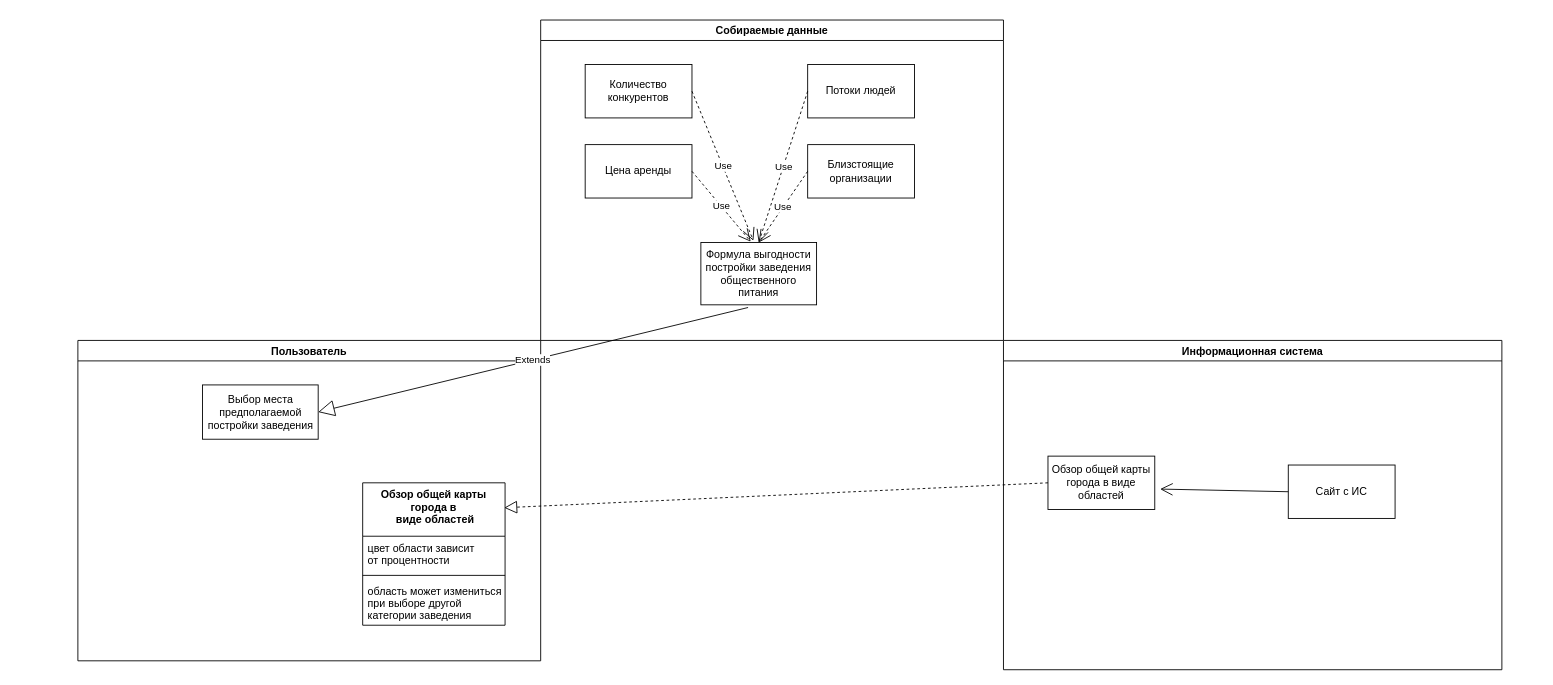
Above: Модель предметной области.drawio in elmirhismatov/Diplom (draw.io), before the change. Source tidied: cells renumbered, new cells numbered last; positions are measured from the earlier drawing's top-left corner, leaving out a move shared by most shapes. Both pictures are drawn from the tidied source at 89%, with x=0, y=0 at pixel (77, 20).
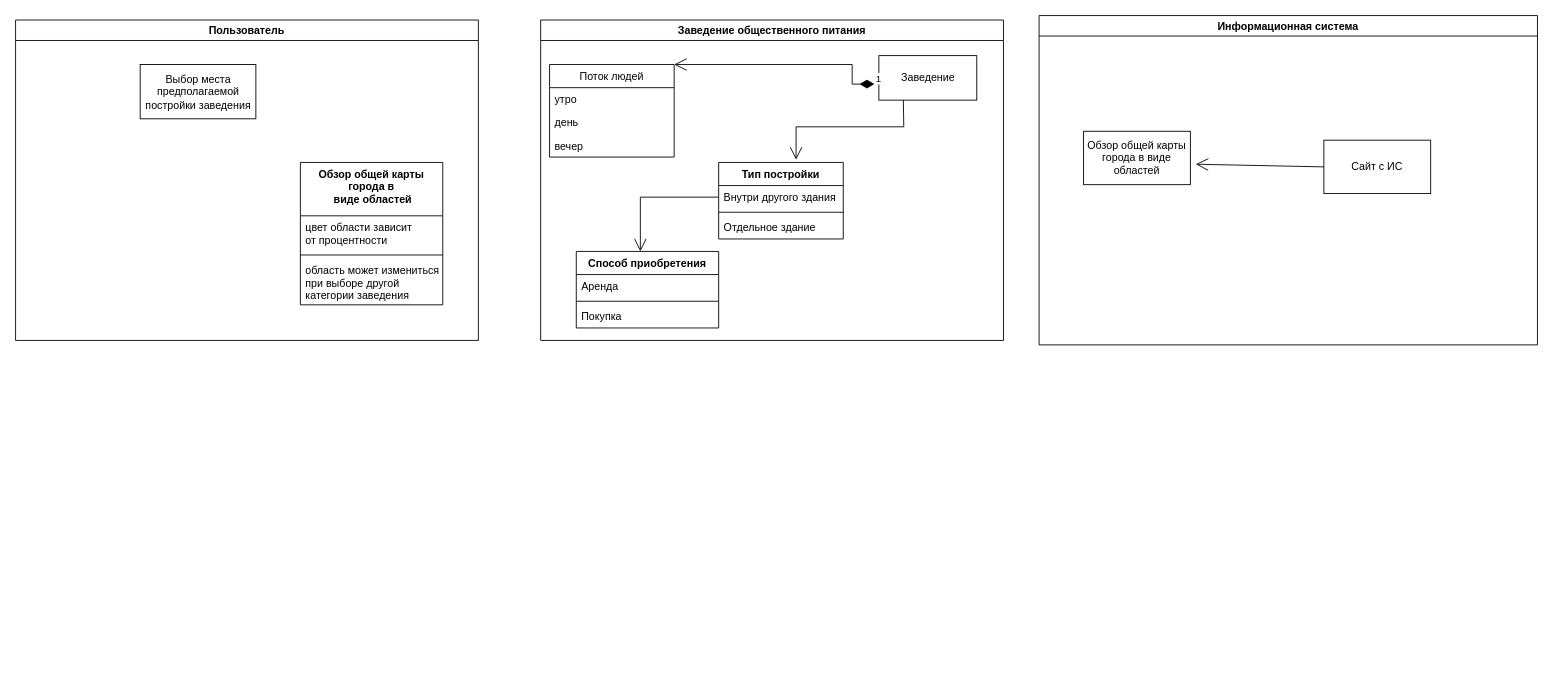
The same page after the edit.

Unchanged cells that the change refers to:
```xml
<mxCell id="3" value="Обзор общей карты &#10;города в&#10; виде областей" style="swimlane;fontStyle=1;align=center;verticalAlign=top;horizontal=1;startSize=60;" parent="2" vertex="1">
  <mxGeometry x="320" y="160" width="160" height="160" as="geometry" />
</mxCell>
<mxCell id="7" value="Выбор места &lt;br&gt;предполагаемой&lt;br&gt;постройки заведения" style="html=1;" parent="2" vertex="1">
  <mxGeometry x="140" y="50" width="130" height="61" as="geometry" />
</mxCell>
<mxCell id="20" value="Обзор общей карты города в виде областей" style="rounded=0;whiteSpace=wrap;html=1;fillColor=#FFFFFF;" parent="18" vertex="1">
  <mxGeometry x="50" y="130" width="120" height="60" as="geometry" />
</mxCell>
```

Change to the diagram source:
```diff
@@
     <mxCell id="2" value="Пользователь" style="swimlane;fillColor=#FFFFFF;startSize=23;" parent="1" vertex="1">
-      <mxGeometry y="360" width="520" height="360" as="geometry" />
+      <mxGeometry x="-70" width="520" height="360" as="geometry" />
     </mxCell>
@@
-    <mxCell id="8" value="Собираемые данные" style="swimlane;fillColor=#FFFFFF;" parent="1" vertex="1">
+    <mxCell id="8" value="Заведение общественного питания" style="swimlane;fillColor=#FFFFFF;" parent="1" vertex="1">
       <mxGeometry x="520" width="520" height="360" as="geometry" />
     </mxCell>
-    <mxCell id="9" value="Количество конкурентов" style="rounded=0;whiteSpace=wrap;html=1;" parent="8" vertex="1">
-      <mxGeometry x="50" y="50" width="120" height="60" as="geometry" />
-    </mxCell>
-    <mxCell id="10" value="Потоки людей" style="rounded=0;whiteSpace=wrap;html=1;" parent="8" vertex="1">
-      <mxGeometry x="300" y="50" width="120" height="60" as="geometry" />
-    </mxCell>
-    <mxCell id="11" value="Цена аренды" style="rounded=0;whiteSpace=wrap;html=1;" parent="8" vertex="1">
-      <mxGeometry x="50" y="140" width="120" height="60" as="geometry" />
-    </mxCell>
-    <mxCell id="12" value="Близстоящие организации" style="rounded=0;whiteSpace=wrap;html=1;" parent="8" vertex="1">
-      <mxGeometry x="300" y="140" width="120" height="60" as="geometry" />
-    </mxCell>
-    <mxCell id="13" value="Формула выгодности постройки заведения общественного питания" style="rounded=0;whiteSpace=wrap;html=1;" parent="8" vertex="1">
-      <mxGeometry x="180" y="250" width="130" height="70" as="geometry" />
-    </mxCell>
-    <mxCell id="14" value="Use" style="endArrow=open;endSize=12;dashed=1;html=1;rounded=0;exitX=1;exitY=0.5;exitDx=0;exitDy=0;entryX=0.431;entryY=-0.014;entryDx=0;entryDy=0;entryPerimeter=0;" parent="8" edge="1" source="11" target="13">
-      <mxGeometry relative="1" as="geometry" />
-    </mxCell>
-    <mxCell id="15" value="Use" style="endArrow=open;endSize=12;dashed=1;html=1;rounded=0;exitX=0;exitY=0.5;exitDx=0;exitDy=0;entryX=0.5;entryY=0;entryDx=0;entryDy=0;" parent="8" edge="1" source="12" target="13">
-      <mxGeometry relative="1" as="geometry" />
-    </mxCell>
-    <mxCell id="16" value="Use" style="endArrow=open;endSize=12;dashed=1;html=1;rounded=0;exitX=1;exitY=0.5;exitDx=0;exitDy=0;entryX=0.454;entryY=-0.029;entryDx=0;entryDy=0;entryPerimeter=0;" parent="8" edge="1" source="9" target="13">
-      <mxGeometry relative="1" as="geometry" />
-    </mxCell>
-    <mxCell id="17" value="Use" style="endArrow=open;endSize=12;dashed=1;html=1;rounded=0;exitX=0;exitY=0.5;exitDx=0;exitDy=0;entryX=0.5;entryY=0;entryDx=0;entryDy=0;" parent="8" edge="1" source="10" target="13">
-      <mxGeometry relative="1" as="geometry" />
-    </mxCell>
+    <mxCell id="24" value="Заведение" style="html=1;" parent="8" vertex="1">
+      <mxGeometry x="380" y="40" width="110" height="50" as="geometry" />
+    </mxCell>
+    <mxCell id="25" value="Поток людей" style="swimlane;fontStyle=0;horizontal=1;startSize=26;fillColor=none;" parent="8" vertex="1">
+      <mxGeometry x="10" y="50" width="140" height="104" as="geometry" />
+    </mxCell>
+    <mxCell id="26" value="утро    " style="text;strokeColor=none;fillColor=none;align=left;verticalAlign=top;spacingLeft=4;spacingRight=4;overflow=hidden;" parent="25" vertex="1">
+      <mxGeometry y="26" width="140" height="26" as="geometry" />
+    </mxCell>
+    <mxCell id="27" value="день" style="text;strokeColor=none;fillColor=none;align=left;verticalAlign=top;spacingLeft=4;spacingRight=4;overflow=hidden;" parent="25" vertex="1">
+      <mxGeometry y="52" width="140" height="26" as="geometry" />
+    </mxCell>
+    <mxCell id="28" value="вечер" style="text;strokeColor=none;fillColor=none;align=left;verticalAlign=top;spacingLeft=4;spacingRight=4;overflow=hidden;" parent="25" vertex="1">
+      <mxGeometry y="78" width="140" height="26" as="geometry" />
+    </mxCell>
+    <mxCell id="29" value="Тип постройки" style="swimlane;fontStyle=1;align=center;verticalAlign=top;horizontal=1;startSize=26;" parent="8" vertex="1">
+      <mxGeometry x="200" y="160" width="140" height="86" as="geometry" />
+    </mxCell>
+    <mxCell id="30" value="Внутри другого здания" style="text;strokeColor=none;fillColor=none;align=left;verticalAlign=top;spacingLeft=4;spacingRight=4;overflow=hidden;points=[[0,0.5],[1,0.5]];portConstraint=eastwest;" parent="29" vertex="1">
+      <mxGeometry y="26" width="140" height="26" as="geometry" />
+    </mxCell>
+    <mxCell id="31" style="line;strokeWidth=1;fillColor=none;align=left;verticalAlign=middle;spacingTop=-1;spacingLeft=3;spacingRight=3;labelPosition=right;strokeColor=inherit;" parent="29" vertex="1">
+      <mxGeometry y="52" width="140" height="8" as="geometry" />
+    </mxCell>
+    <mxCell id="32" value="Отдельное здание" style="text;strokeColor=none;fillColor=none;align=left;verticalAlign=top;spacingLeft=4;spacingRight=4;overflow=hidden;" parent="29" vertex="1">
+      <mxGeometry y="60" width="140" height="26" as="geometry" />
+    </mxCell>
+    <mxCell id="33" value="Способ приобретения" style="swimlane;fontStyle=1;align=center;verticalAlign=top;horizontal=1;startSize=26;" parent="8" vertex="1">
+      <mxGeometry x="40" y="260" width="160" height="86" as="geometry" />
+    </mxCell>
+    <mxCell id="34" value="Аренда" style="text;strokeColor=none;fillColor=none;align=left;verticalAlign=top;spacingLeft=4;spacingRight=4;overflow=hidden;" parent="33" vertex="1">
+      <mxGeometry y="26" width="160" height="26" as="geometry" />
+    </mxCell>
+    <mxCell id="35" style="line;strokeWidth=1;fillColor=none;align=left;verticalAlign=middle;spacingTop=-1;spacingLeft=3;spacingRight=3;labelPosition=right;strokeColor=inherit;" parent="33" vertex="1">
+      <mxGeometry y="52" width="160" height="8" as="geometry" />
+    </mxCell>
+    <mxCell id="36" value="Покупка" style="text;strokeColor=none;fillColor=none;align=left;verticalAlign=top;spacingLeft=4;spacingRight=4;overflow=hidden;" parent="33" vertex="1">
+      <mxGeometry y="60" width="160" height="26" as="geometry" />
+    </mxCell>
+    <mxCell id="37" style="endArrow=open;endFill=1;endSize=12;html=1;rounded=0;exitX=0;exitY=0.5;exitDx=0;exitDy=0;entryX=0.45;entryY=0;entryDx=0;entryDy=0;entryPerimeter=0;" parent="8" edge="1" source="30" target="33">
+      <mxGeometry relative="1" as="geometry">
+        <Array as="points">
+          <mxPoint x="112" y="199" />
+        </Array>
+      </mxGeometry>
+    </mxCell>
+    <mxCell id="38" value="1" style="endArrow=open;html=1;endSize=12;startArrow=diamondThin;startSize=14;startFill=1;edgeStyle=orthogonalEdgeStyle;align=left;verticalAlign=bottom;rounded=0;exitX=-0.045;exitY=0.64;exitDx=0;exitDy=0;exitPerimeter=0;entryX=1;entryY=0;entryDx=0;entryDy=0;" parent="8" edge="1" source="24" target="25">
+      <mxGeometry x="-1" y="3" relative="1" as="geometry">
+        <Array as="points">
+          <mxPoint x="350" y="72" />
+          <mxPoint x="350" y="50" />
+          <mxPoint x="170" y="50" />
+        </Array>
+      </mxGeometry>
+    </mxCell>
+    <mxCell id="39" style="endArrow=open;endFill=1;endSize=12;html=1;rounded=0;exitX=0.25;exitY=1;exitDx=0;exitDy=0;entryX=0.621;entryY=-0.035;entryDx=0;entryDy=0;entryPerimeter=0;" parent="8" edge="1" source="24" target="29">
+      <mxGeometry relative="1" as="geometry">
+        <Array as="points">
+          <mxPoint x="408" y="120" />
+          <mxPoint x="287" y="120" />
+        </Array>
+      </mxGeometry>
+    </mxCell>
     <mxCell id="18" value="Информационная система" style="swimlane;fillColor=#FFFFFF;" parent="1" vertex="1">
-      <mxGeometry x="1040" y="360" width="560" height="370" as="geometry" />
+      <mxGeometry x="1080" y="-5" width="560" height="370" as="geometry" />
     </mxCell>
@@
-    <mxCell id="22" style="endArrow=block;dashed=1;endFill=0;endSize=12;html=1;rounded=0;exitX=0;exitY=0.5;exitDx=0;exitDy=0;entryX=0.994;entryY=0.175;entryDx=0;entryDy=0;entryPerimeter=0;" parent="1" edge="1" source="20" target="3">
-      <mxGeometry relative="1" as="geometry" />
-    </mxCell>
-    <mxCell id="23" value="Extends" style="endArrow=block;endSize=16;endFill=0;html=1;rounded=0;exitX=0.408;exitY=1.043;exitDx=0;exitDy=0;exitPerimeter=0;entryX=1;entryY=0.5;entryDx=0;entryDy=0;" parent="1" edge="1" source="13" target="7">
-      <mxGeometry relative="1" as="geometry" />
-    </mxCell>
```
